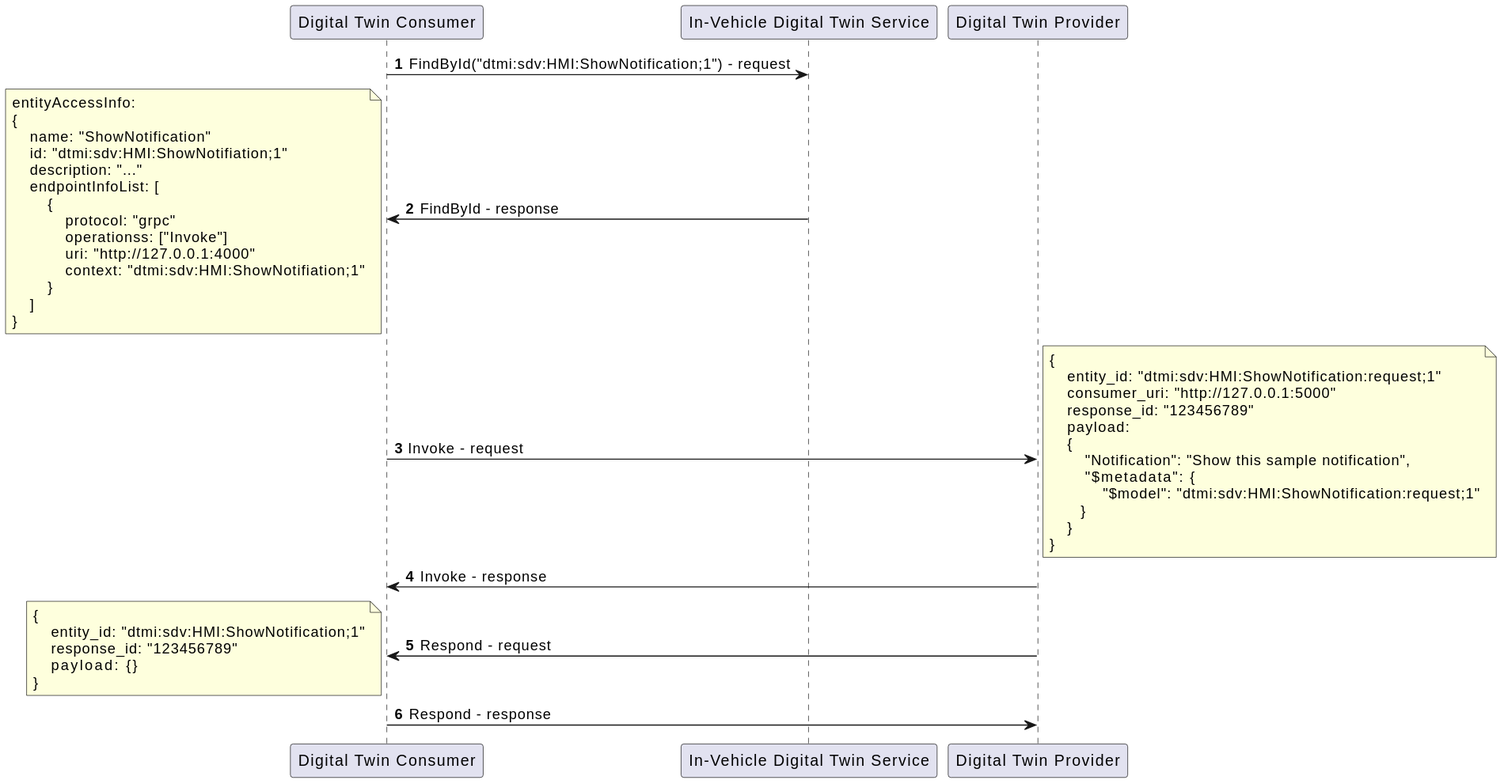
Above: docs/design/diagrams/invoke_sequence.svg in eclipse-ibeji/ibeji (PlantUML), before the change. The source it was exported from:
```plantuml
@startuml
autonumber

"Digital Twin Consumer" -> "In-Vehicle Digital Twin Service" : FindById("dtmi:sdv:HMI:ShowNotification;1") - request
"Digital Twin Consumer" <- "In-Vehicle Digital Twin Service" : FindById - response
note left
entityAccessInfo:
{
    name: "ShowNotification"
    id: "dtmi:sdv:HMI:ShowNotifiation;1"
    description: "..."
    endpointInfoList: [
        {
            protocol: "grpc"
            operationss: ["Invoke"]
            uri: "http://127.0.0.1:4000"
            context: "dtmi:sdv:HMI:ShowNotifiation;1"
        }
    ]
}
end note

"Digital Twin Consumer" -> "Digital Twin Provider" : Invoke - request
note right
{
    entity_id: "dtmi:sdv:HMI:ShowNotification:request;1"
    consumer_uri: "http://127.0.0.1:5000"
    response_id: "123456789"
    payload:
    {
        "Notification": "Show this sample notification",
        "$metadata": {
            "$model": "dtmi:sdv:HMI:ShowNotification:request;1"
       }
    }
}
end note

"Digital Twin Consumer" <- "Digital Twin Provider" : Invoke - response

"Digital Twin Consumer" <- "Digital Twin Provider" : Respond - request
note left
{
    entity_id: "dtmi:sdv:HMI:ShowNotification;1"
    response_id: "123456789"
    payload: {}
}
end note

"Digital Twin Consumer" -> "Digital Twin Provider" : Respond - response
@enduml
```
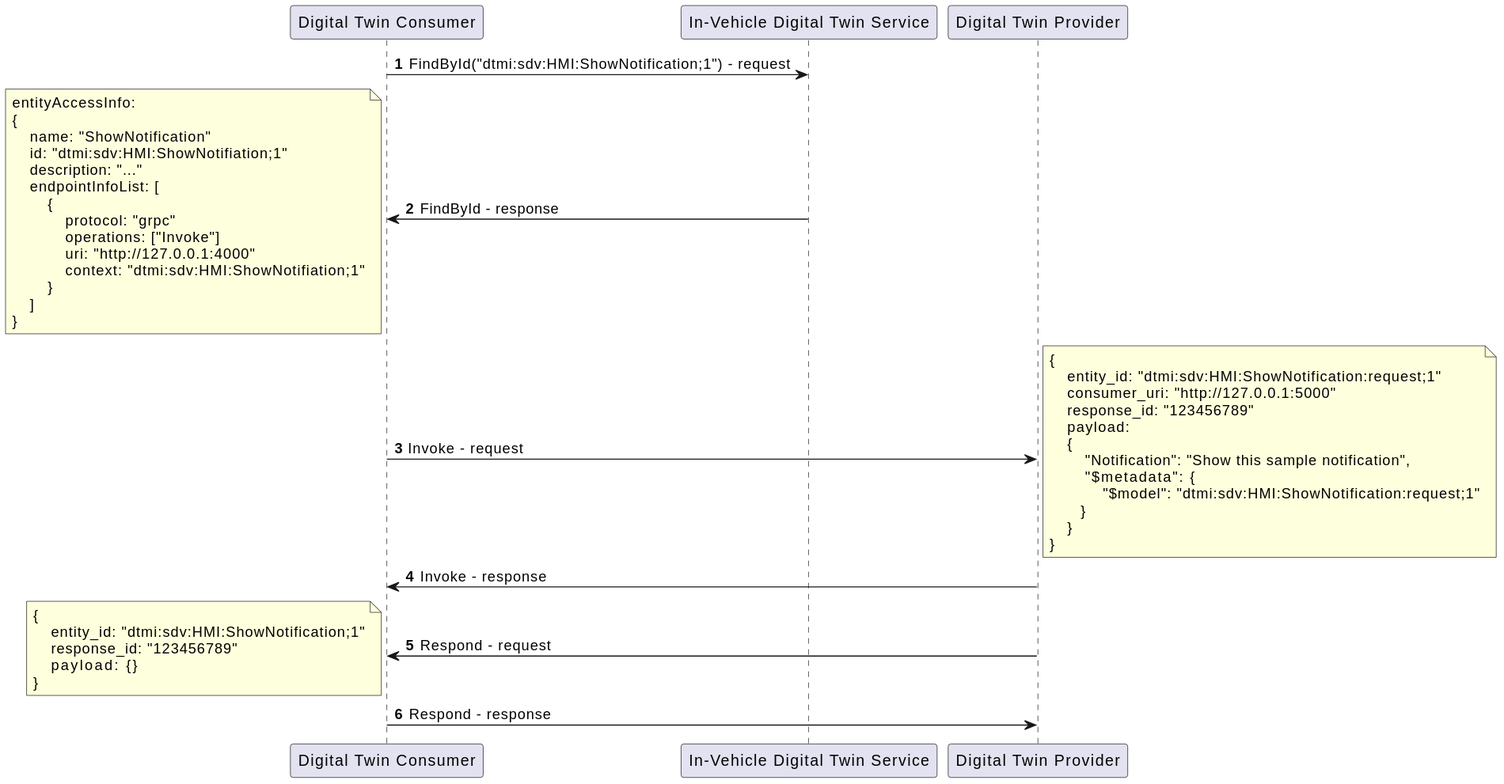
The same file after the commit.

What changed in the source:
```diff
@@ -12,7 +12,7 @@
     endpointInfoList: [
         {
             protocol: "grpc"
-            operationss: ["Invoke"]
+            operations: ["Invoke"]
             uri: "http://127.0.0.1:4000"
             context: "dtmi:sdv:HMI:ShowNotifiation;1"
         }
```
